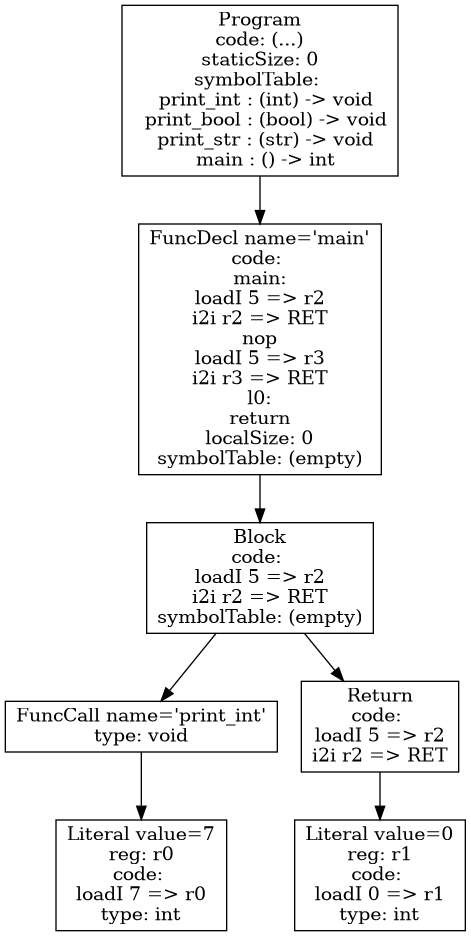
ChristianGuer/cs432-p4 keeps this Graphviz diagram as p4-codegen/tests/iloc-tree.png. Above is the earlier version. Its source is kept beside it as p4-codegen/iloc-tree.dot. Its diagram source:
```dot
digraph AST {
4 [shape=box, label="Literal value=5\ntype: int"];
3 [shape=box, label="Return"];
3 -> 4;
2 [shape=box, label="Block\nsymbolTable: (empty)"];
2 -> 3;
1 [shape=box, label="FuncDecl name='main'\ncode: \nmain:\nnop\nloadI 5 => r0\ni2i r0 => RET\nl0:\nreturn\nlocalSize: 0\nsymbolTable: (empty)"];
1 -> 2;
0 [shape=box, label="Program\ncode: (...)\nstaticSize: 0\nsymbolTable: \n  print_int : (int) -> void\n  print_bool : (bool) -> void\n  print_str : (str) -> void\n  main : () -> int"];
0 -> 1;
}
```
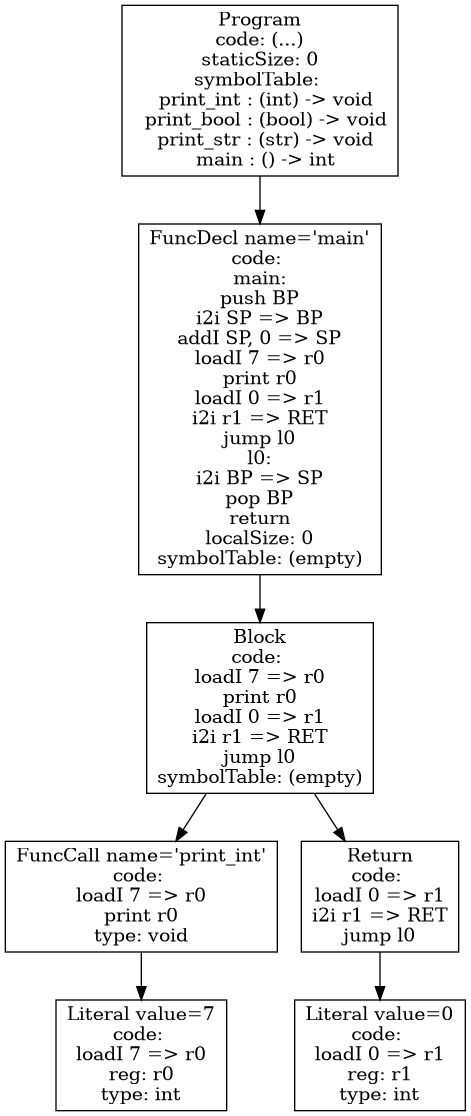
The same file after the commit.

Diff of the diagram source:
```diff
@@ -1,10 +1,38 @@
 digraph AST {
-4 [shape=box, label="Literal value=5\ntype: int"];
-3 [shape=box, label="Return"];
-3 -> 4;
-2 [shape=box, label="Block\nsymbolTable: (empty)"];
+3 [shape=box, label="VarDecl name='a'"];
+5 [shape=box, label="Location name='a'\ncode: \nloadAI [BP-8] => r0\nreg: r0\ntype: int"];
+6 [shape=box, label="Literal value=0\ncode: \nloadI 0 => r1\nreg: r1\ntype: int"];
+4 [shape=box, label="Assignment\ncode: \nloadI 0 => r1\nstoreAI r1 => [BP-8]"];
+4 -> 5;
+4 -> 6;
+9 [shape=box, label="Location name='a'\ncode: \nloadAI [BP-8] => r2\nreg: r2\ntype: int"];
+10 [shape=box, label="Literal value=10\ncode: \nloadI 10 => r3\nreg: r3\ntype: int"];
+8 [shape=box, label="BinaryOp op='<'\nreg: r4\ncode: \nloadAI [BP-8] => r2\nloadI 10 => r3\ncmp_LT r2, r3 => r4\ntype: bool"];
+8 -> 9;
+8 -> 10;
+13 [shape=box, label="Location name='a'\ncode: \nloadAI [BP-8] => r5\nreg: r5\ntype: int"];
+15 [shape=box, label="Location name='a'\ncode: \nloadAI [BP-8] => r6\nreg: r6\ntype: int"];
+16 [shape=box, label="Literal value=1\ncode: \nloadI 1 => r7\nreg: r7\ntype: int"];
+14 [shape=box, label="BinaryOp op='+'\nreg: r8\ncode: \nloadAI [BP-8] => r6\nloadI 1 => r7\nadd r6, r7 => r8\ntype: int"];
+14 -> 15;
+14 -> 16;
+12 [shape=box, label="Assignment\ncode: \nloadAI [BP-8] => r6\nloadI 1 => r7\nadd r6, r7 => r8\nstoreAI r8 => [BP-8]"];
+12 -> 13;
+12 -> 14;
+11 [shape=box, label="Block\ncode: \nloadAI [BP-8] => r6\nloadI 1 => r7\nadd r6, r7 => r8\nstoreAI r8 => [BP-8]\nsymbolTable: (empty)"];
+11 -> 12;
+7 [shape=box, label="WhileLoop\ncode: \nl1:\nloadAI [BP-8] => r2\nloadI 10 => r3\ncmp_LT r2, r3 => r4\ncbr r4 => l2, l3\nl2:\nloadAI [BP-8] => r6\nloadI 1 => r7\nadd r6, r7 => r8\nstoreAI r8 => [BP-8]\njump l1\nl3:\nl3: (...)\nl2: (...)\nl1: (...)"];
+7 -> 8;
+7 -> 11;
+18 [shape=box, label="Location name='a'\ncode: \nloadAI [BP-8] => r9\nreg: r9\ntype: int"];
+17 [shape=box, label="Return\ncode: \nloadAI [BP-8] => r9\ni2i r9 => RET\njump l0"];
+17 -> 18;
+2 [shape=box, label="Block\ncode: \nloadI 0 => r1\nstoreAI r1 => [BP-8]\nl1:\nloadAI [BP-8] => r2\nloadI 10 => r3\ncmp_LT r2, r3 => r4\ncbr r4 => l2, l3\nl2:\nloadAI [BP-8] => r6\nloadI 1 => r7\nadd r6, r7 => r8\nstoreAI r8 => [BP-8]\njump l1\nl3:\nloadAI [BP-8] => r9\ni2i r9 => RET\njump l0\nsymbolTable: \n  a : int {stack offset=-8}"];
 2 -> 3;
-1 [shape=box, label="FuncDecl name='main'\ncode: \nmain:\nnop\nloadI 5 => r0\ni2i r0 => RET\nl0:\nreturn\nlocalSize: 0\nsymbolTable: (empty)"];
+2 -> 4;
+2 -> 7;
+2 -> 17;
+1 [shape=box, label="FuncDecl name='main'\ncode: \nmain:\npush BP\ni2i SP => BP\naddI SP, -8 => SP\nloadI 0 => r1\nstoreAI r1 => [BP-8]\nl1:\nloadAI [BP-8] => r2\nloadI 10 => r3\ncmp_LT r2, r3 => r4\ncbr r4 => l2, l3\nl2:\nloadAI [BP-8] => r6\nloadI 1 => r7\nadd r6, r7 => r8\nstoreAI r8 => [BP-8]\njump l1\nl3:\nloadAI [BP-8] => r9\ni2i r9 => RET\njump l0\nl0:\ni2i BP => SP\npop BP\nreturn\nlocalSize: 8\nsymbolTable: (empty)"];
 1 -> 2;
 0 [shape=box, label="Program\ncode: (...)\nstaticSize: 0\nsymbolTable: \n  print_int : (int) -> void\n  print_bool : (bool) -> void\n  print_str : (str) -> void\n  main : () -> int"];
 0 -> 1;
```
